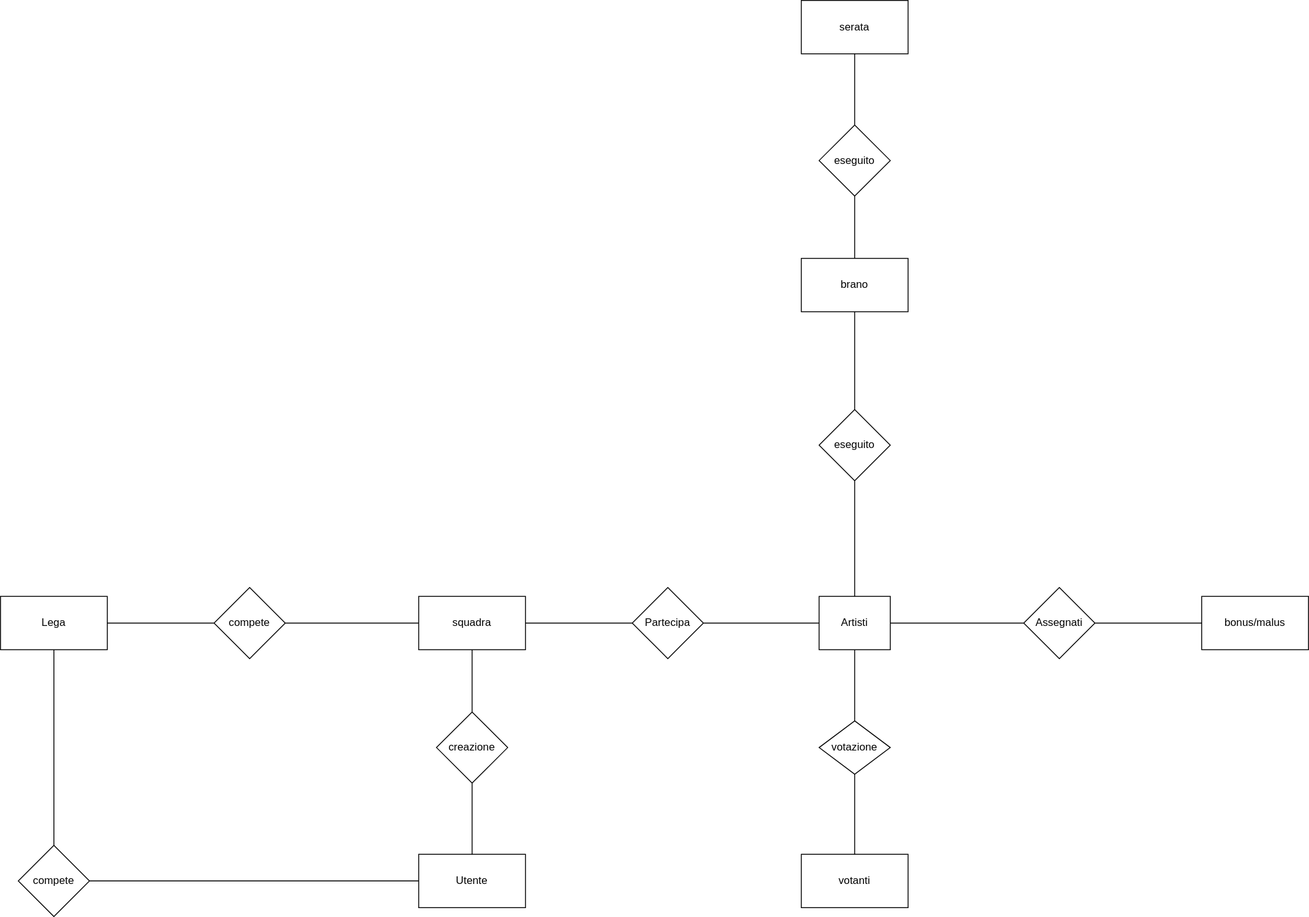
Gabriele-traversa/basati_datati_storati keeps this draw.io diagram as PrimoERBaseBasatoStorato.drawio.svg. Above is the earlier version. Source tidied: cells renumbered, new cells last; positions are measured from the earlier drawing's top-left corner, leaving out a move shared by most shapes. Its diagram source:
```xml
<mxGraphModel>
  <root>
    <mxCell id="0" />
    <mxCell id="1" parent="0" />
    <mxCell id="2" value="serata" style="rounded=0;whiteSpace=wrap;html=1;" parent="1" vertex="1">
      <mxGeometry x="900" width="120" height="60" as="geometry" />
    </mxCell>
    <mxCell id="3" value="brano" style="rounded=0;whiteSpace=wrap;html=1;" parent="1" vertex="1">
      <mxGeometry x="900" y="290" width="120" height="60" as="geometry" />
    </mxCell>
    <mxCell id="4" style="edgeStyle=none;html=1;exitX=1;exitY=0.5;exitDx=0;exitDy=0;endArrow=none;endFill=0;" parent="1" edge="1" source="6" target="28">
      <mxGeometry relative="1" as="geometry" />
    </mxCell>
    <mxCell id="5" style="edgeStyle=none;html=1;exitX=0.5;exitY=1;exitDx=0;exitDy=0;endArrow=none;endFill=0;" parent="1" edge="1" source="6" target="30">
      <mxGeometry relative="1" as="geometry" />
    </mxCell>
    <mxCell id="6" value="Lega" style="rounded=0;whiteSpace=wrap;html=1;" parent="1" vertex="1">
      <mxGeometry y="670" width="120" height="60" as="geometry" />
    </mxCell>
    <mxCell id="7" value="votanti" style="rounded=0;whiteSpace=wrap;html=1;" parent="1" vertex="1">
      <mxGeometry x="900" y="960" width="120" height="60" as="geometry" />
    </mxCell>
    <mxCell id="8" style="edgeStyle=none;html=1;exitX=1;exitY=0.5;exitDx=0;exitDy=0;entryX=0;entryY=0.5;entryDx=0;entryDy=0;endArrow=none;endFill=0;" parent="1" edge="1" source="9" target="23">
      <mxGeometry relative="1" as="geometry" />
    </mxCell>
    <mxCell id="9" value="squadra" style="rounded=0;whiteSpace=wrap;html=1;" parent="1" vertex="1">
      <mxGeometry x="470" y="670" width="120" height="60" as="geometry" />
    </mxCell>
    <mxCell id="10" value="bonus/malus" style="rounded=0;whiteSpace=wrap;html=1;" parent="1" vertex="1">
      <mxGeometry x="1350" y="670" width="120" height="60" as="geometry" />
    </mxCell>
    <mxCell id="11" value="Utente" style="rounded=0;whiteSpace=wrap;html=1;" parent="1" vertex="1">
      <mxGeometry x="470" y="960" width="120" height="60" as="geometry" />
    </mxCell>
    <mxCell id="12" value="Artisti" style="rounded=0;whiteSpace=wrap;html=1;" parent="1" vertex="1">
      <mxGeometry x="920" y="670" width="80" height="60" as="geometry" />
    </mxCell>
    <mxCell id="13" style="edgeStyle=none;html=1;exitX=1;exitY=0.5;exitDx=0;exitDy=0;entryX=0;entryY=0.5;entryDx=0;entryDy=0;endArrow=none;endFill=0;" parent="1" edge="1" source="14" target="10">
      <mxGeometry relative="1" as="geometry" />
    </mxCell>
    <mxCell id="14" value="Assegnati" style="rhombus;whiteSpace=wrap;html=1;" parent="1" vertex="1">
      <mxGeometry x="1150" y="660" width="80" height="80" as="geometry" />
    </mxCell>
    <mxCell id="15" style="edgeStyle=none;jettySize=auto;html=1;endArrow=none;endFill=0;entryX=0;entryY=0.5;entryDx=0;entryDy=0;exitX=1;exitY=0.5;exitDx=0;exitDy=0;" parent="1" edge="1" source="12" target="14">
      <mxGeometry relative="1" as="geometry" />
    </mxCell>
    <mxCell id="16" style="edgeStyle=none;html=1;exitX=0.5;exitY=1;exitDx=0;exitDy=0;entryX=0.5;entryY=0;entryDx=0;entryDy=0;endArrow=none;endFill=0;" parent="1" edge="1" source="18" target="7">
      <mxGeometry relative="1" as="geometry" />
    </mxCell>
    <mxCell id="17" style="edgeStyle=none;html=1;exitX=0.5;exitY=0;exitDx=0;exitDy=0;entryX=0.5;entryY=1;entryDx=0;entryDy=0;endArrow=none;endFill=0;" parent="1" edge="1" source="18" target="12">
      <mxGeometry relative="1" as="geometry" />
    </mxCell>
    <mxCell id="18" value="votati" style="rhombus;whiteSpace=wrap;html=1;" parent="1" vertex="1">
      <mxGeometry x="920" y="810" width="80" height="60" as="geometry" />
    </mxCell>
    <mxCell id="19" style="edgeStyle=none;html=1;exitX=0.5;exitY=0;exitDx=0;exitDy=0;entryX=0.5;entryY=1;entryDx=0;entryDy=0;endArrow=none;endFill=0;" parent="1" edge="1" source="21" target="3">
      <mxGeometry relative="1" as="geometry" />
    </mxCell>
    <mxCell id="20" style="edgeStyle=none;html=1;exitX=0.5;exitY=1;exitDx=0;exitDy=0;entryX=0.5;entryY=0;entryDx=0;entryDy=0;endArrow=none;endFill=0;" parent="1" edge="1" source="21" target="12">
      <mxGeometry relative="1" as="geometry" />
    </mxCell>
    <mxCell id="21" value="eseguito" style="rhombus;whiteSpace=wrap;html=1;" parent="1" vertex="1">
      <mxGeometry x="920" y="460" width="80" height="80" as="geometry" />
    </mxCell>
    <mxCell id="22" style="edgeStyle=none;html=1;exitX=1;exitY=0.5;exitDx=0;exitDy=0;entryX=0;entryY=0.5;entryDx=0;entryDy=0;endArrow=none;endFill=0;" parent="1" edge="1" source="23" target="12">
      <mxGeometry relative="1" as="geometry" />
    </mxCell>
    <mxCell id="23" value="Partecipa" style="rhombus;whiteSpace=wrap;html=1;" parent="1" vertex="1">
      <mxGeometry x="710" y="660" width="80" height="80" as="geometry" />
    </mxCell>
    <mxCell id="24" style="edgeStyle=none;html=1;exitX=0.5;exitY=0;exitDx=0;exitDy=0;entryX=0.5;entryY=1;entryDx=0;entryDy=0;endArrow=none;endFill=0;" parent="1" edge="1" source="26" target="9">
      <mxGeometry relative="1" as="geometry" />
    </mxCell>
    <mxCell id="25" style="edgeStyle=none;html=1;exitX=0.5;exitY=1;exitDx=0;exitDy=0;entryX=0.5;entryY=0;entryDx=0;entryDy=0;endArrow=none;endFill=0;" parent="1" edge="1" source="26" target="11">
      <mxGeometry relative="1" as="geometry" />
    </mxCell>
    <mxCell id="26" value="creazione" style="rhombus;whiteSpace=wrap;html=1;" parent="1" vertex="1">
      <mxGeometry x="490" y="800" width="80" height="80" as="geometry" />
    </mxCell>
    <mxCell id="27" style="edgeStyle=none;html=1;exitX=1;exitY=0.5;exitDx=0;exitDy=0;entryX=0;entryY=0.5;entryDx=0;entryDy=0;endArrow=none;endFill=0;" parent="1" edge="1" source="28" target="9">
      <mxGeometry relative="1" as="geometry" />
    </mxCell>
    <mxCell id="28" value="compete" style="rhombus;whiteSpace=wrap;html=1;" parent="1" vertex="1">
      <mxGeometry x="240" y="660" width="80" height="80" as="geometry" />
    </mxCell>
    <mxCell id="29" style="edgeStyle=none;html=1;exitX=1;exitY=0.5;exitDx=0;exitDy=0;entryX=0;entryY=0.5;entryDx=0;entryDy=0;endArrow=none;endFill=0;" parent="1" edge="1" source="30" target="11">
      <mxGeometry relative="1" as="geometry" />
    </mxCell>
    <mxCell id="30" value="compete" style="rhombus;whiteSpace=wrap;html=1;" parent="1" vertex="1">
      <mxGeometry x="20" y="950" width="80" height="80" as="geometry" />
    </mxCell>
    <mxCell id="31" style="edgeStyle=none;html=1;exitX=0.5;exitY=1;exitDx=0;exitDy=0;entryX=0.5;entryY=0;entryDx=0;entryDy=0;endArrow=none;endFill=0;" parent="1" edge="1" source="33" target="3">
      <mxGeometry relative="1" as="geometry" />
    </mxCell>
    <mxCell id="32" style="edgeStyle=none;html=1;exitX=0.5;exitY=0;exitDx=0;exitDy=0;entryX=0.5;entryY=1;entryDx=0;entryDy=0;endArrow=none;endFill=0;" parent="1" edge="1" source="33" target="2">
      <mxGeometry relative="1" as="geometry" />
    </mxCell>
    <mxCell id="33" value="eseguito" style="rhombus;whiteSpace=wrap;html=1;" parent="1" vertex="1">
      <mxGeometry x="920" y="140" width="80" height="80" as="geometry" />
    </mxCell>
  </root>
</mxGraphModel>
```
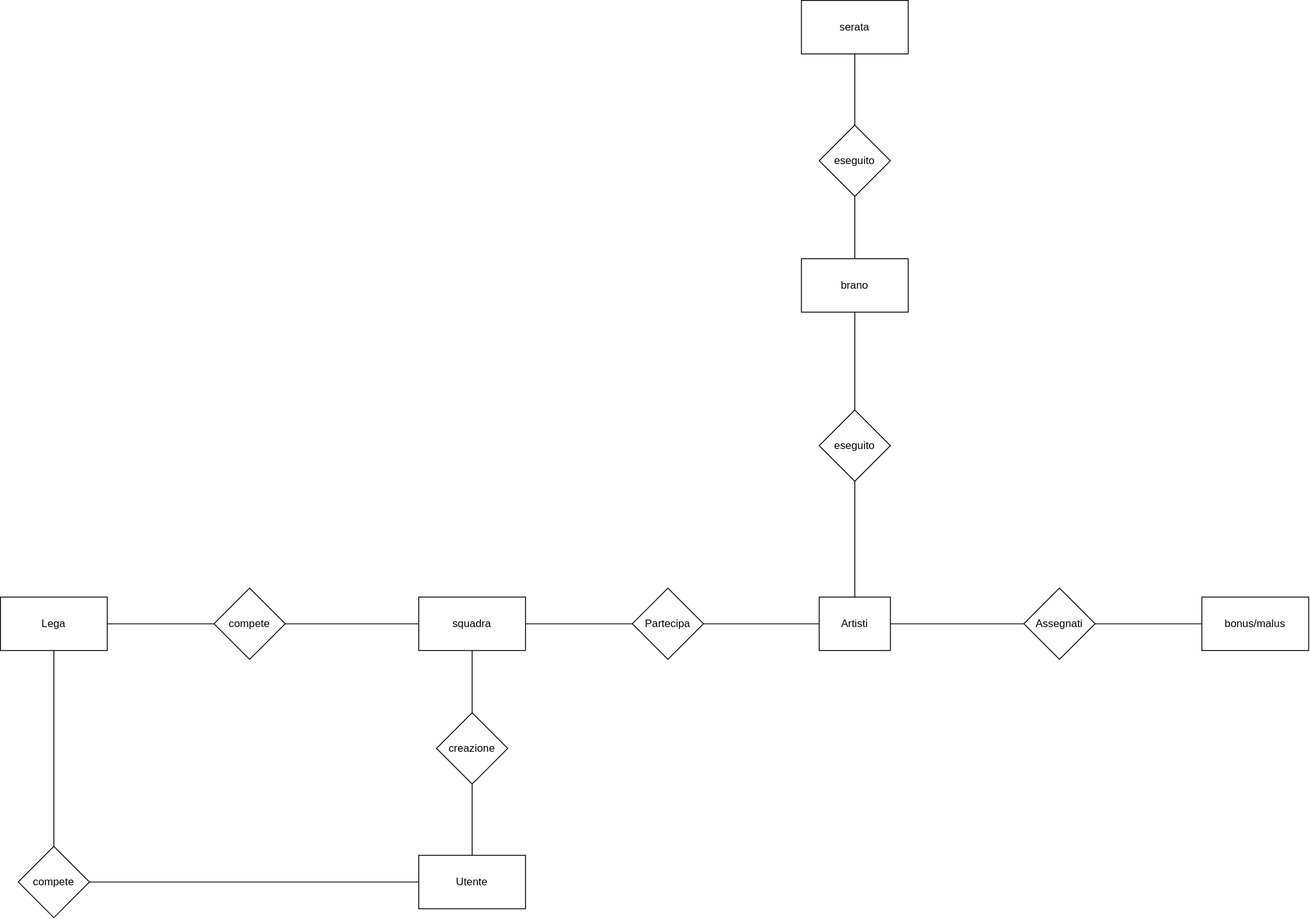
Later version of the same file.

Commit message:
palles udate giganti (ciardugay)

Diff of the diagram source:
```diff
@@ -17,9 +17,6 @@
     <mxCell id="6" value="Lega" style="rounded=0;whiteSpace=wrap;html=1;" parent="1" vertex="1">
       <mxGeometry y="670" width="120" height="60" as="geometry" />
     </mxCell>
-    <mxCell id="7" value="votanti" style="rounded=0;whiteSpace=wrap;html=1;" parent="1" vertex="1">
-      <mxGeometry x="900" y="960" width="120" height="60" as="geometry" />
-    </mxCell>
     <mxCell id="8" style="edgeStyle=none;html=1;exitX=1;exitY=0.5;exitDx=0;exitDy=0;entryX=0;entryY=0.5;entryDx=0;entryDy=0;endArrow=none;endFill=0;" parent="1" edge="1" source="9" target="23">
       <mxGeometry relative="1" as="geometry" />
     </mxCell>
@@ -44,15 +41,6 @@
     <mxCell id="15" style="edgeStyle=none;jettySize=auto;html=1;endArrow=none;endFill=0;entryX=0;entryY=0.5;entryDx=0;entryDy=0;exitX=1;exitY=0.5;exitDx=0;exitDy=0;" parent="1" edge="1" source="12" target="14">
       <mxGeometry relative="1" as="geometry" />
     </mxCell>
-    <mxCell id="16" style="edgeStyle=none;html=1;exitX=0.5;exitY=1;exitDx=0;exitDy=0;entryX=0.5;entryY=0;entryDx=0;entryDy=0;endArrow=none;endFill=0;" parent="1" edge="1" source="18" target="7">
-      <mxGeometry relative="1" as="geometry" />
-    </mxCell>
-    <mxCell id="17" style="edgeStyle=none;html=1;exitX=0.5;exitY=0;exitDx=0;exitDy=0;entryX=0.5;entryY=1;entryDx=0;entryDy=0;endArrow=none;endFill=0;" parent="1" edge="1" source="18" target="12">
-      <mxGeometry relative="1" as="geometry" />
-    </mxCell>
-    <mxCell id="18" value="votati" style="rhombus;whiteSpace=wrap;html=1;" parent="1" vertex="1">
-      <mxGeometry x="920" y="810" width="80" height="60" as="geometry" />
-    </mxCell>
     <mxCell id="19" style="edgeStyle=none;html=1;exitX=0.5;exitY=0;exitDx=0;exitDy=0;entryX=0.5;entryY=1;entryDx=0;entryDy=0;endArrow=none;endFill=0;" parent="1" edge="1" source="21" target="3">
       <mxGeometry relative="1" as="geometry" />
     </mxCell>
```
